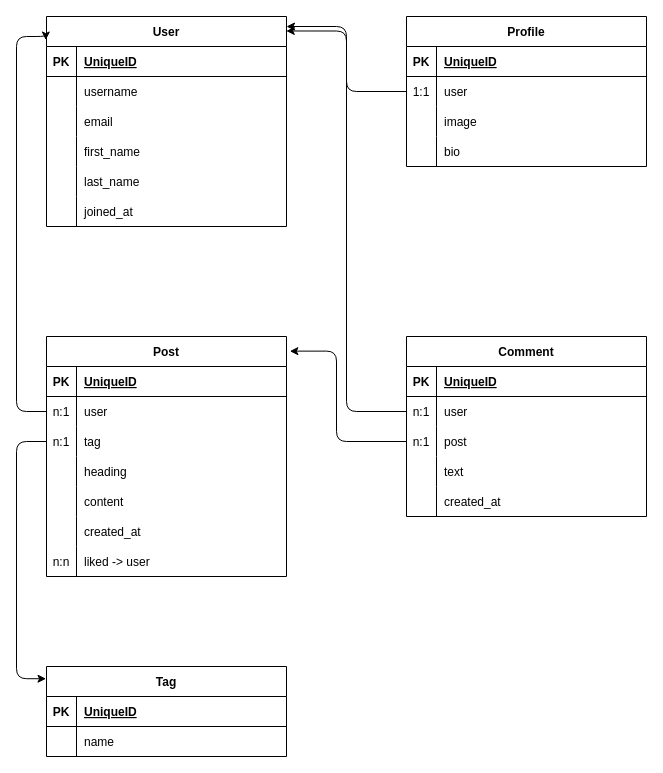
This is backend/db-structure.drawio from JuliQ89/blog-django-next, a draw.io file, before an edit. Source tidied: cells renumbered, new cells numbered last; positions are measured from the earlier drawing's top-left corner, leaving out a move shared by most shapes. Both pictures are drawn from the tidied source at 100%, with x=0, y=0 at pixel (16, 16).
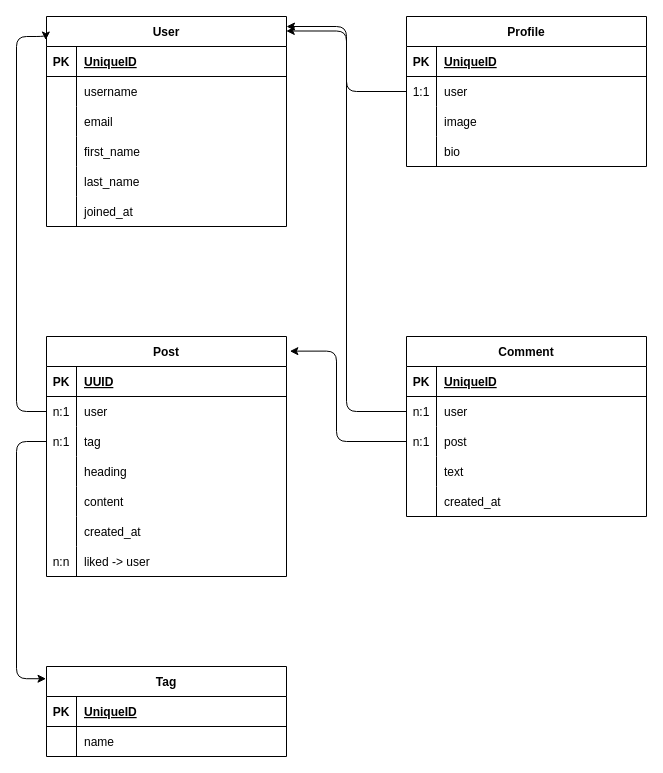
The same diagram, later.

The change refers to these unchanged cells:
```xml
<mxCell id="36" style="shape=tableRow;horizontal=0;startSize=0;swimlaneHead=0;swimlaneBody=0;fillColor=none;top=0;left=0;right=0;bottom=1;" parent="35" vertex="1">
  <mxGeometry y="30" width="240" height="30" as="geometry" />
</mxCell>
```

What changed in the source:
```diff
@@
-    <mxCell id="38" value="UniqueID" style="shape=partialRectangle;fillColor=none;top=0;left=0;bottom=0;right=0;align=left;spacingLeft=6;fontStyle=5;overflow=hidden;" parent="36" vertex="1">
+    <mxCell id="38" value="UUID" style="shape=partialRectangle;fillColor=none;top=0;left=0;bottom=0;right=0;align=left;spacingLeft=6;fontStyle=5;overflow=hidden;" parent="36" vertex="1">
       <mxGeometry x="30" width="210" height="30" as="geometry" />
     </mxCell>
```
